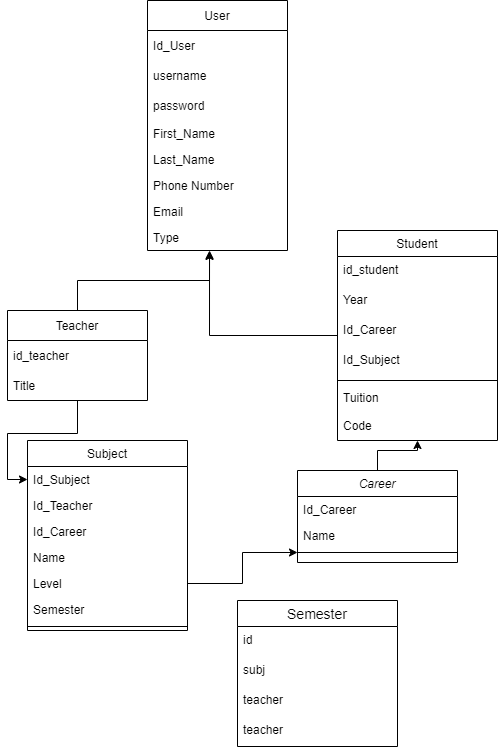
Earlier version of the draw.io export University Diagram.drawio.png (GuilleAlvarado/draw). Source tidied: cells renumbered, new cells last; positions are measured from the earlier drawing's top-left corner, leaving out a move shared by most shapes.
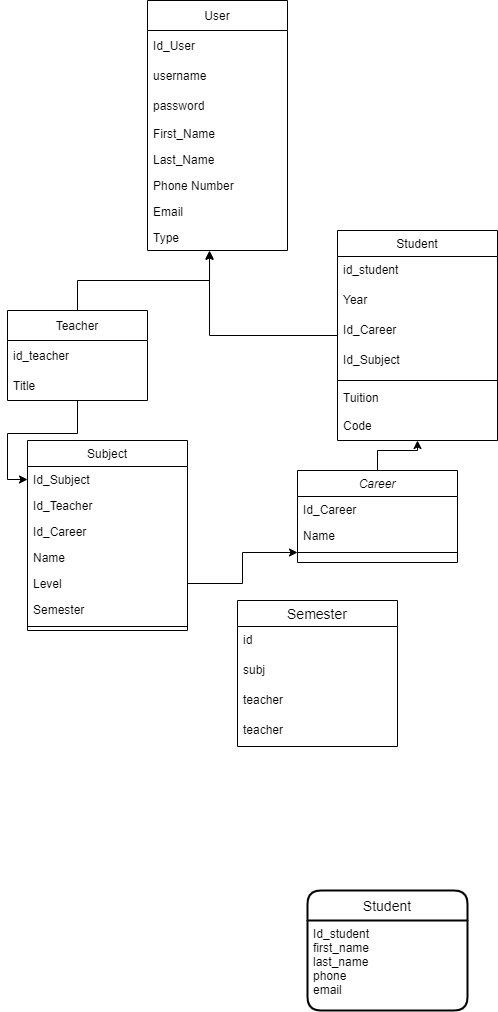
Later version of the same file.

What changed in the source:
```diff
@@ -128,5 +128,11 @@
     <mxCell id="43" value="teacher" style="text;strokeColor=none;fillColor=none;spacingLeft=4;spacingRight=4;overflow=hidden;fontSize=12;" parent="39" vertex="1">
       <mxGeometry y="116" width="160" height="30" as="geometry" />
     </mxCell>
+    <mxCell id="44" value="Student" style="swimlane;horizontal=1;startSize=30;rounded=1;fontSize=14;fontStyle=0;strokeWidth=2;shadow=0;dashed=0;align=center;" parent="1" vertex="1">
+      <mxGeometry x="300" y="890" width="160" height="120" as="geometry" />
+    </mxCell>
+    <mxCell id="45" value="Id_student&#10;first_name&#10;last_name&#10;phone&#10;email" style="align=left;strokeColor=none;fillColor=none;spacingLeft=4;fontSize=12;verticalAlign=top;" parent="44" vertex="1">
+      <mxGeometry y="30" width="160" height="90" as="geometry" />
+    </mxCell>
   </root>
 </mxGraphModel>
```
